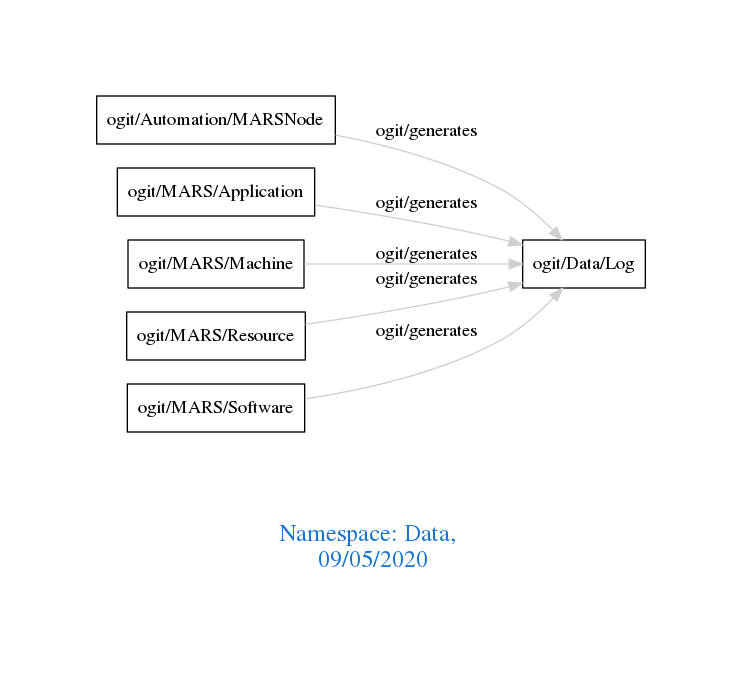
Before: downloads/Data.png, a diagram exported from Graphviz (arago/OGIT). Its source is kept beside it as downloads/Data.dot. Source of this version:
```dot
digraph OGIT_ontology {
 graph [ rankdir= LR,pad=1
fontsize = 18,
fontcolor= dodgerblue3,label = "\n\n\nNamespace: Data, \n 09/05/2020"];
node[shape=polygon];
edge [  color="gray81"];

   "ogit/Automation/MARSNode" -> "ogit/Data/Log" [label="   ogit/generates    "];
   "ogit/MARS/Application" -> "ogit/Data/Log" [label="   ogit/generates    "];
   "ogit/MARS/Machine" -> "ogit/Data/Log" [label="   ogit/generates    "];
   "ogit/MARS/Resource" -> "ogit/Data/Log" [label="   ogit/generates    "];
   "ogit/MARS/Software" -> "ogit/Data/Log" [label="   ogit/generates    "];
}
```
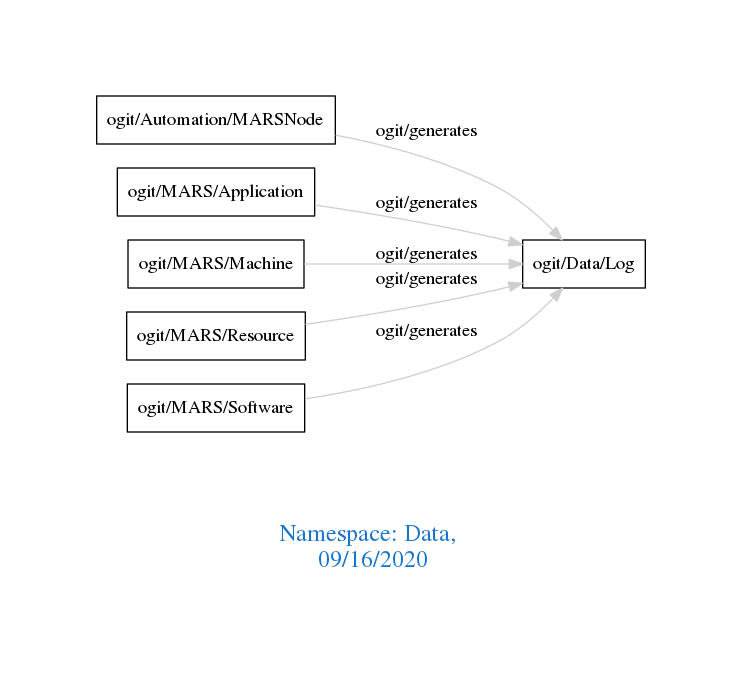
After the commit.

Diff of the diagram source:
```diff
@@ -1,7 +1,7 @@
 digraph OGIT_ontology {
  graph [ rankdir= LR,pad=1
 fontsize = 18,
-fontcolor= dodgerblue3,label = "\n\n\nNamespace: Data, \n 09/05/2020"];
+fontcolor= dodgerblue3,label = "\n\n\nNamespace: Data, \n 09/16/2020"];
 node[shape=polygon];
 edge [  color="gray81"];
 
```
